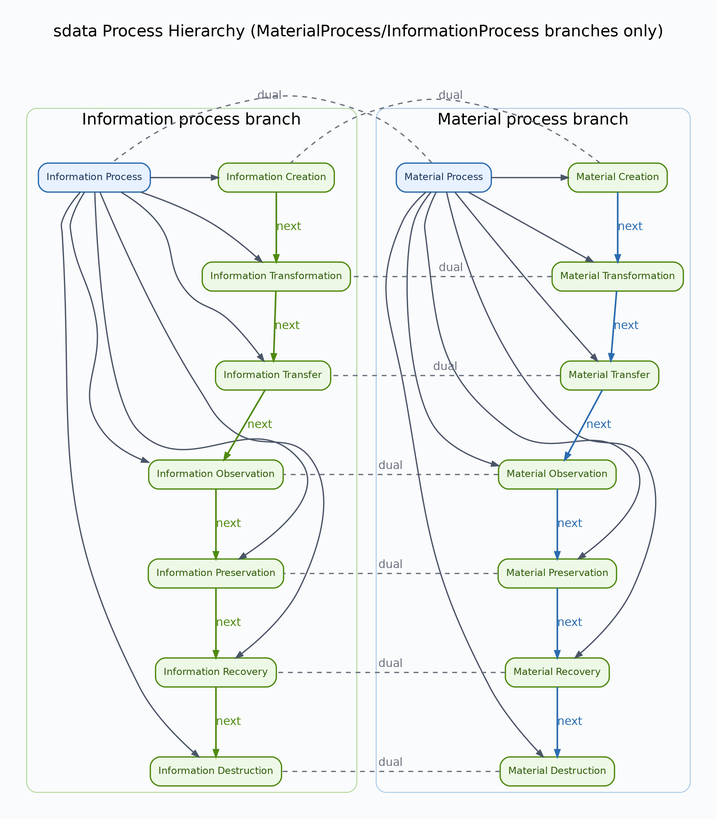
Earlier version of the Graphviz export docs/diagrams/sdata-process-dual-hierarchy.png (lepy/sdata-ontology). Its source is kept beside it as docs/diagrams/sdata-process-dual-hierarchy.dot.
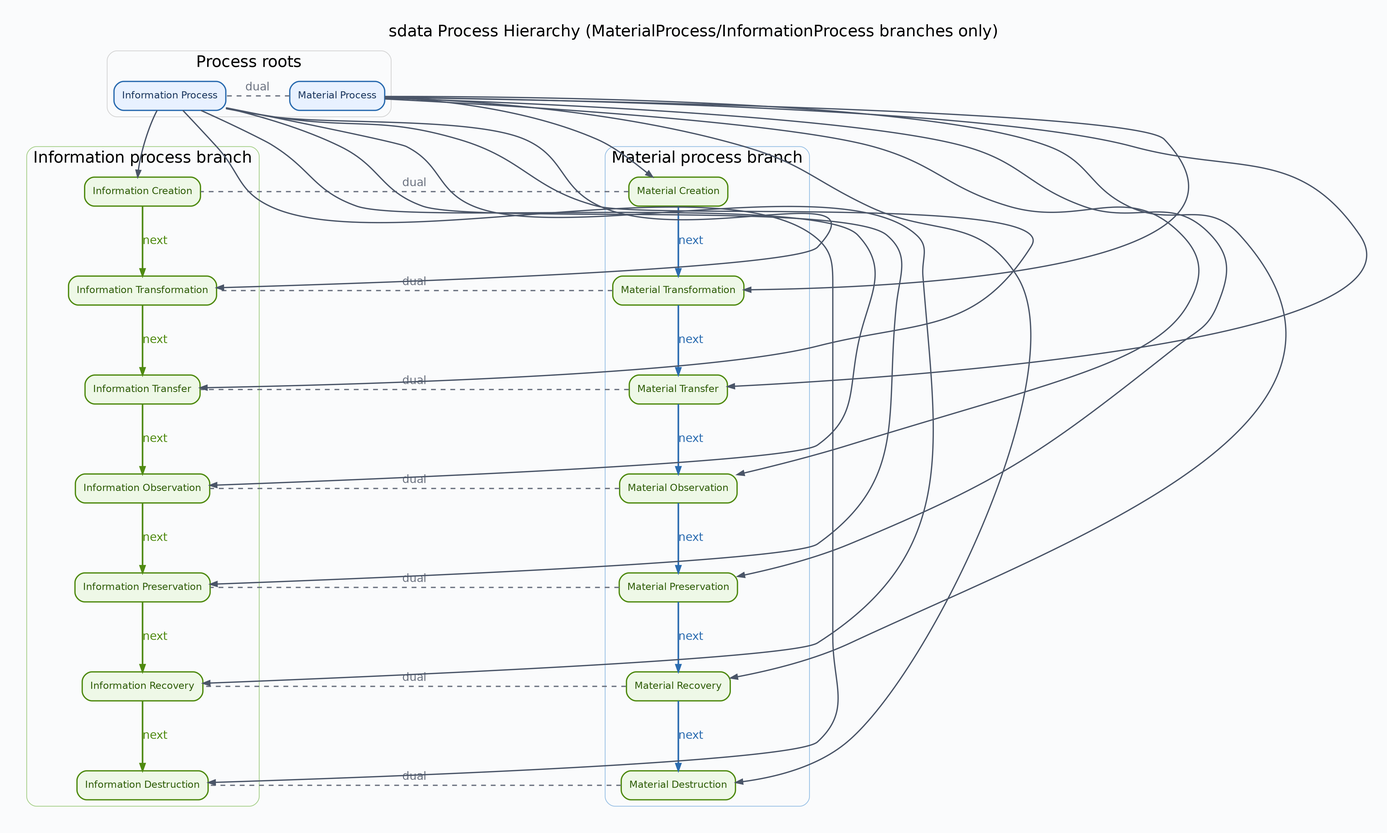
The same file after the commit.

Commit message:
Place process root classes in top subgraph

Change to the diagram source:
```diff
@@ -26,6 +26,56 @@
 		fontname=Helvetica,
 		penwidth=1.6
 	];
+	subgraph cluster_material_branch {
+		graph [color="#9DC3E6",
+			label="Material process branch",
+			rankdir=TB,
+			style=rounded
+		];
+		"https://w3id.org/sdata/core/MaterialCreation"	[color="#4F8A10",
+			fillcolor="#EEF8E7",
+			fontcolor="#2F5D08",
+			label="Material Creation"];
+		"https://w3id.org/sdata/core/MaterialDestruction"	[color="#4F8A10",
+			fillcolor="#EEF8E7",
+			fontcolor="#2F5D08",
+			label="Material Destruction"];
+		"https://w3id.org/sdata/core/MaterialObservation"	[color="#4F8A10",
+			fillcolor="#EEF8E7",
+			fontcolor="#2F5D08",
+			label="Material Observation"];
+		"https://w3id.org/sdata/core/MaterialPreservation"	[color="#4F8A10",
+			fillcolor="#EEF8E7",
+			fontcolor="#2F5D08",
+			label="Material Preservation"];
+		"https://w3id.org/sdata/core/MaterialRecovery"	[color="#4F8A10",
+			fillcolor="#EEF8E7",
+			fontcolor="#2F5D08",
+			label="Material Recovery"];
+		"https://w3id.org/sdata/core/MaterialTransfer"	[color="#4F8A10",
+			fillcolor="#EEF8E7",
+			fontcolor="#2F5D08",
+			label="Material Transfer"];
+		"https://w3id.org/sdata/core/MaterialTransformation"	[color="#4F8A10",
+			fillcolor="#EEF8E7",
+			fontcolor="#2F5D08",
+			label="Material Transformation"];
+	}
+	subgraph cluster_process_roots {
+		graph [color="#D6D6D6",
+			label="Process roots",
+			rank=source,
+			style=rounded
+		];
+		"https://w3id.org/sdata/core/InformationProcess"	[color="#2B6CB0",
+			fillcolor="#E8F1FF",
+			fontcolor="#1A365D",
+			label="Information Process"];
+		"https://w3id.org/sdata/core/MaterialProcess"	[color="#2B6CB0",
+			fillcolor="#E8F1FF",
+			fontcolor="#1A365D",
+			label="Material Process"];
+	}
 	subgraph cluster_information_branch {
 		graph [color="#A9D18E",
 			label="Information process branch",
@@ -48,10 +98,6 @@
 			fillcolor="#EEF8E7",
 			fontcolor="#2F5D08",
 			label="Information Preservation"];
-		"https://w3id.org/sdata/core/InformationProcess"	[color="#2B6CB0",
-			fillcolor="#E8F1FF",
-			fontcolor="#1A365D",
-			label="Information Process"];
 		"https://w3id.org/sdata/core/InformationRecovery"	[color="#4F8A10",
 			fillcolor="#EEF8E7",
 			fontcolor="#2F5D08",
@@ -64,45 +110,6 @@
 			fillcolor="#EEF8E7",
 			fontcolor="#2F5D08",
 			label="Information Transformation"];
-	}
-	subgraph cluster_material_branch {
-		graph [color="#9DC3E6",
-			label="Material process branch",
-			rankdir=TB,
-			style=rounded
-		];
-		"https://w3id.org/sdata/core/MaterialCreation"	[color="#4F8A10",
-			fillcolor="#EEF8E7",
-			fontcolor="#2F5D08",
-			label="Material Creation"];
-		"https://w3id.org/sdata/core/MaterialDestruction"	[color="#4F8A10",
-			fillcolor="#EEF8E7",
-			fontcolor="#2F5D08",
-			label="Material Destruction"];
-		"https://w3id.org/sdata/core/MaterialObservation"	[color="#4F8A10",
-			fillcolor="#EEF8E7",
-			fontcolor="#2F5D08",
-			label="Material Observation"];
-		"https://w3id.org/sdata/core/MaterialPreservation"	[color="#4F8A10",
-			fillcolor="#EEF8E7",
-			fontcolor="#2F5D08",
-			label="Material Preservation"];
-		"https://w3id.org/sdata/core/MaterialProcess"	[color="#2B6CB0",
-			fillcolor="#E8F1FF",
-			fontcolor="#1A365D",
-			label="Material Process"];
-		"https://w3id.org/sdata/core/MaterialRecovery"	[color="#4F8A10",
-			fillcolor="#EEF8E7",
-			fontcolor="#2F5D08",
-			label="Material Recovery"];
-		"https://w3id.org/sdata/core/MaterialTransfer"	[color="#4F8A10",
-			fillcolor="#EEF8E7",
-			fontcolor="#2F5D08",
-			label="Material Transfer"];
-		"https://w3id.org/sdata/core/MaterialTransformation"	[color="#4F8A10",
-			fillcolor="#EEF8E7",
-			fontcolor="#2F5D08",
-			label="Material Transformation"];
 	}
 	"https://w3id.org/sdata/core/InformationCreation" -> "https://w3id.org/sdata/core/InformationTransformation"	[color="#4F8A10",
 		constraint=true,
@@ -123,6 +130,11 @@
 		penwidth=2.0,
 		style=bold];
 	"https://w3id.org/sdata/core/InformationProcess" -> "https://w3id.org/sdata/core/InformationCreation"	[constraint=false];
+	"https://w3id.org/sdata/core/InformationProcess" -> "https://w3id.org/sdata/core/InformationCreation"	[color="#FFFFFF",
+		constraint=true,
+		minlen=1,
+		style=invis,
+		weight=80];
 	"https://w3id.org/sdata/core/InformationProcess" -> "https://w3id.org/sdata/core/InformationDestruction"	[constraint=false];
 	"https://w3id.org/sdata/core/InformationProcess" -> "https://w3id.org/sdata/core/InformationObservation"	[constraint=false];
 	"https://w3id.org/sdata/core/InformationProcess" -> "https://w3id.org/sdata/core/InformationPreservation"	[constraint=false];
@@ -196,6 +208,11 @@
 		label=dual,
 		style=dashed];
 	"https://w3id.org/sdata/core/MaterialProcess" -> "https://w3id.org/sdata/core/MaterialCreation"	[constraint=false];
+	"https://w3id.org/sdata/core/MaterialProcess" -> "https://w3id.org/sdata/core/MaterialCreation"	[color="#FFFFFF",
+		constraint=true,
+		minlen=1,
+		style=invis,
+		weight=80];
 	"https://w3id.org/sdata/core/MaterialProcess" -> "https://w3id.org/sdata/core/MaterialDestruction"	[constraint=false];
 	"https://w3id.org/sdata/core/MaterialProcess" -> "https://w3id.org/sdata/core/MaterialObservation"	[constraint=false];
 	"https://w3id.org/sdata/core/MaterialProcess" -> "https://w3id.org/sdata/core/MaterialPreservation"	[constraint=false];
```
